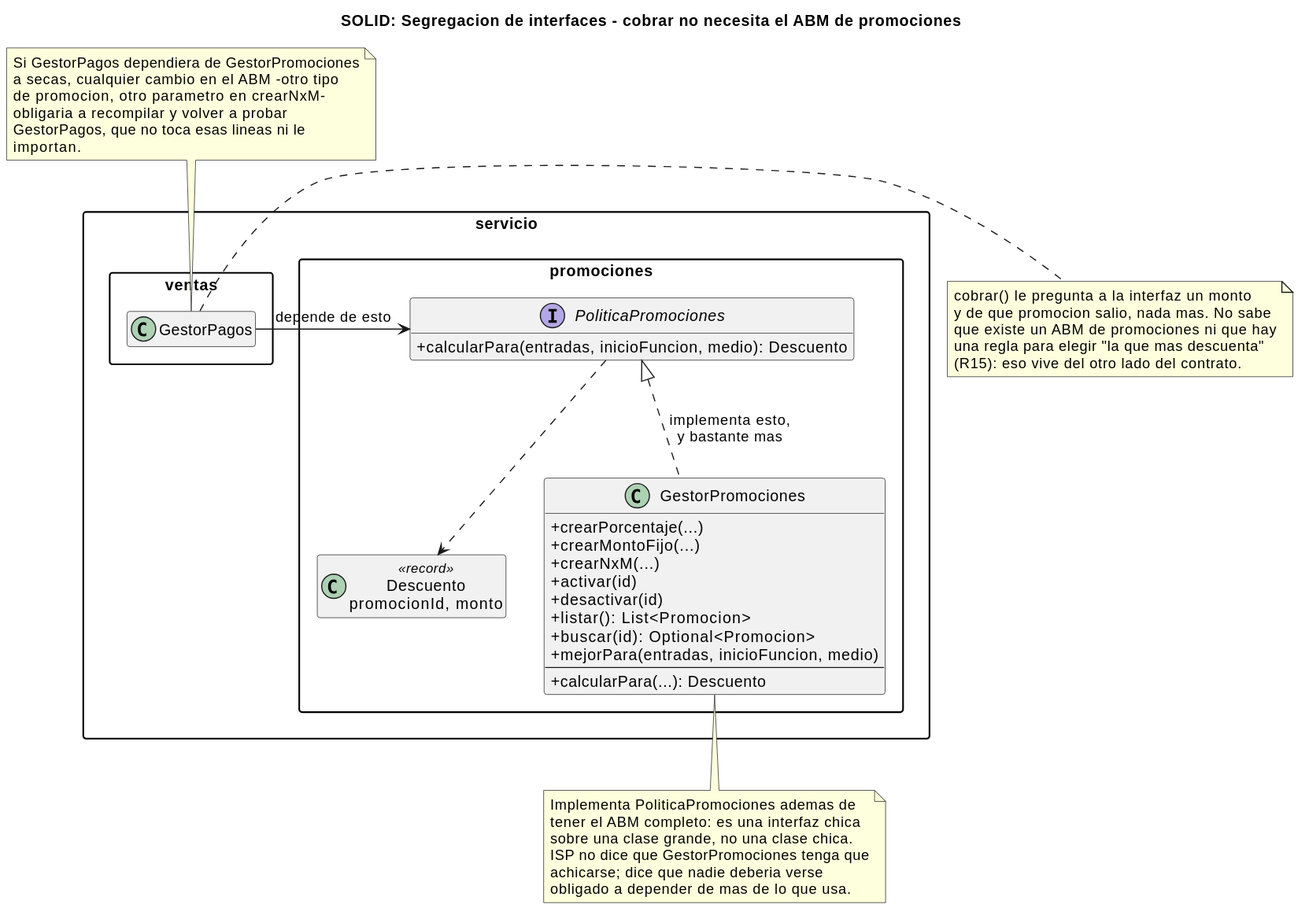
The PlantUML diagram cine-backend/docs/diagramas/solid-isp.svg in andreiveisuade/cine-uade, before a commit. Source of this version:
```plantuml
@startuml
title SOLID: Segregacion de interfaces - cobrar no necesita el ABM de promociones

skinparam classAttributeIconSize 0
skinparam packageStyle rectangle
hide empty members


package "servicio.ventas" {
  class GestorPagos
}

package "servicio.promociones" {
  interface PoliticaPromociones {
    +calcularPara(entradas, inicioFuncion, medio): Descuento
  }
  class "Descuento\npromocionId, monto" as Descuento <<record>>

  class GestorPromociones {
    +crearPorcentaje(...)
    +crearMontoFijo(...)
    +crearNxM(...)
    +activar(id)
    +desactivar(id)
    +listar(): List<Promocion>
    +buscar(id): Optional<Promocion>
    +mejorPara(entradas, inicioFuncion, medio)
    --
    +calcularPara(...): Descuento
  }
}

GestorPagos -right-> PoliticaPromociones : depende de esto
GestorPromociones .up.|> PoliticaPromociones : implementa esto,\ny bastante mas

PoliticaPromociones ..> Descuento

note right of GestorPagos
  cobrar() le pregunta a la interfaz un monto
  y de que promocion salio, nada mas. No sabe
  que existe un ABM de promociones ni que hay
  una regla para elegir "la que mas descuenta"
  (R15): eso vive del otro lado del contrato.
end note

note bottom of GestorPromociones
  Implementa PoliticaPromociones ademas de
  tener el ABM completo: es una interfaz chica
  sobre una clase grande, no una clase chica.
  ISP no dice que GestorPromociones tenga que
  achicarse; dice que nadie deberia verse
  obligado a depender de mas de lo que usa.
end note

note as N1
  Si GestorPagos dependiera de GestorPromociones
  a secas, cualquier cambio en el ABM -otro tipo
  de promocion, otro parametro en crearNxM-
  obligaria a recompilar y volver a probar
  GestorPagos, que no toca esas lineas ni le
  importan.
end note
N1 .. GestorPagos
@enduml
```
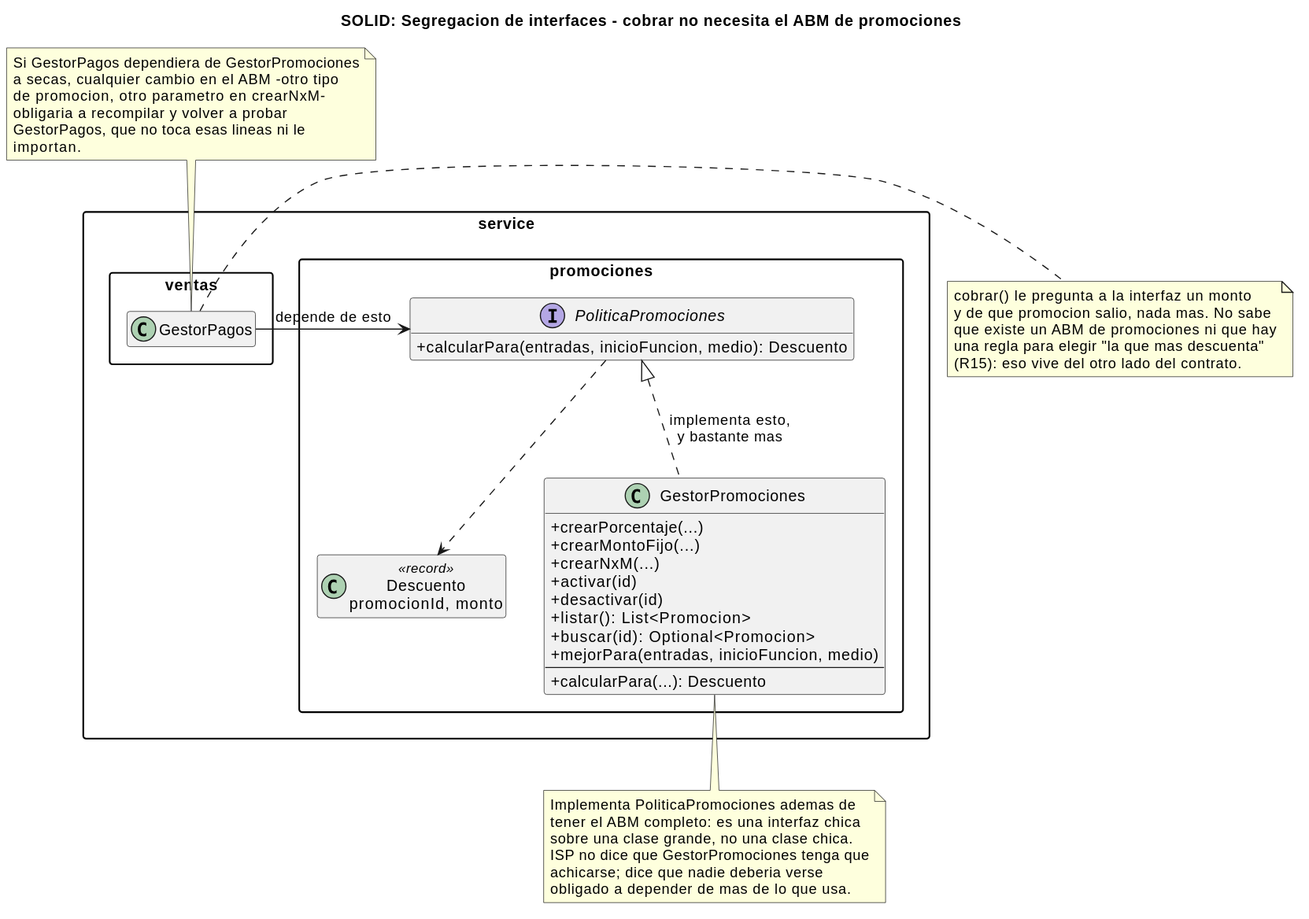
Above is the later version.

Change to the diagram source:
```diff
@@ -6,11 +6,11 @@
 hide empty members
 
 
-package "servicio.ventas" {
+package "service.ventas" {
   class GestorPagos
 }
 
-package "servicio.promociones" {
+package "service.promociones" {
   interface PoliticaPromociones {
     +calcularPara(entradas, inicioFuncion, medio): Descuento
   }
```
